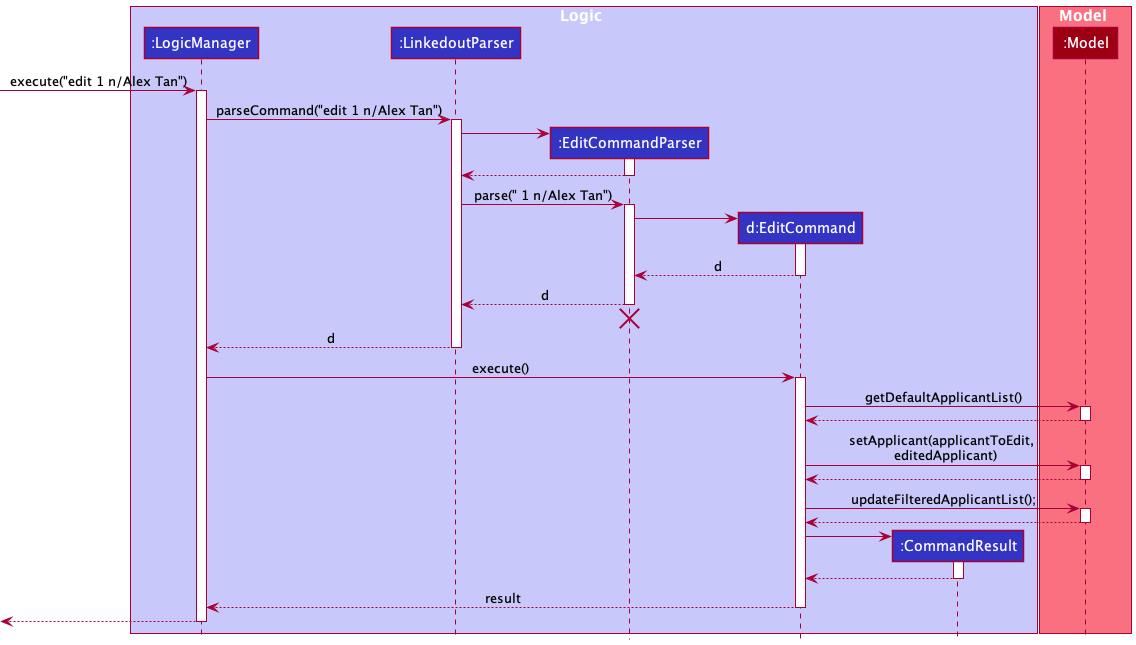
This is docs/images/EditSequenceDiagram.png from zzhikai/tp, a PlantUML export, as it was before one commit.
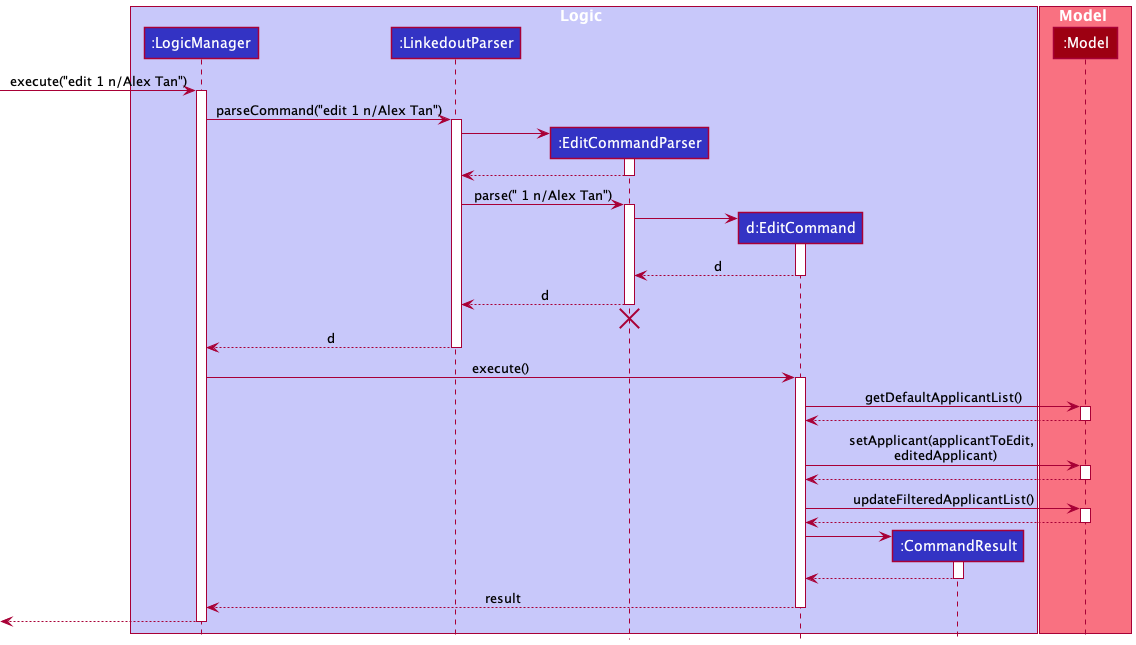
After the commit.

Commit message:
update addSkill sequence diagram and remove semicolons

The edit, as a diff of the source:
```diff
@@ -59,7 +59,7 @@
 Model --> EditCommand
 deactivate Model
 
-EditCommand -> Model : updateFilteredApplicantList();
+EditCommand -> Model : updateFilteredApplicantList()
 activate Model
 
 Model --> EditCommand
```
